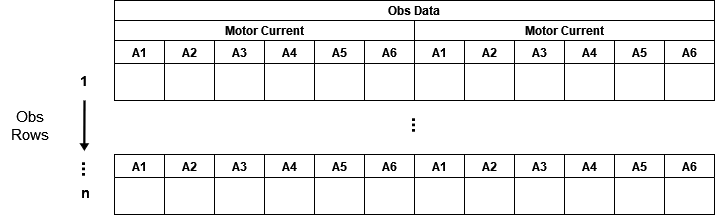
Before: obs_motor.drawio.png, a diagram exported from draw.io (TONiiV/flowcharts). Source tidied: cells renumbered, new cells last; positions are measured from the earlier drawing's top-left corner, leaving out a move shared by most shapes.
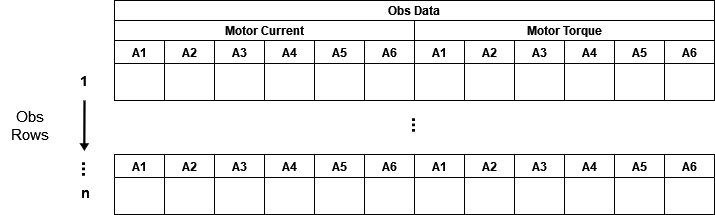
The same file after the commit.

Change to the diagram source:
```diff
@@ -26,7 +26,7 @@
     <mxCell id="9" value="A6" style="swimlane;" parent="3" vertex="1">
       <mxGeometry x="250" y="20" width="50" height="60" as="geometry" />
     </mxCell>
-    <mxCell id="10" value="Motor Current" style="swimlane;startSize=20;" parent="2" vertex="1">
+    <mxCell id="10" value="Motor Torque" style="swimlane;startSize=20;" parent="2" vertex="1">
       <mxGeometry x="300" y="20" width="300" height="80" as="geometry" />
     </mxCell>
     <mxCell id="11" value="A1" style="swimlane;" parent="10" vertex="1">
```
